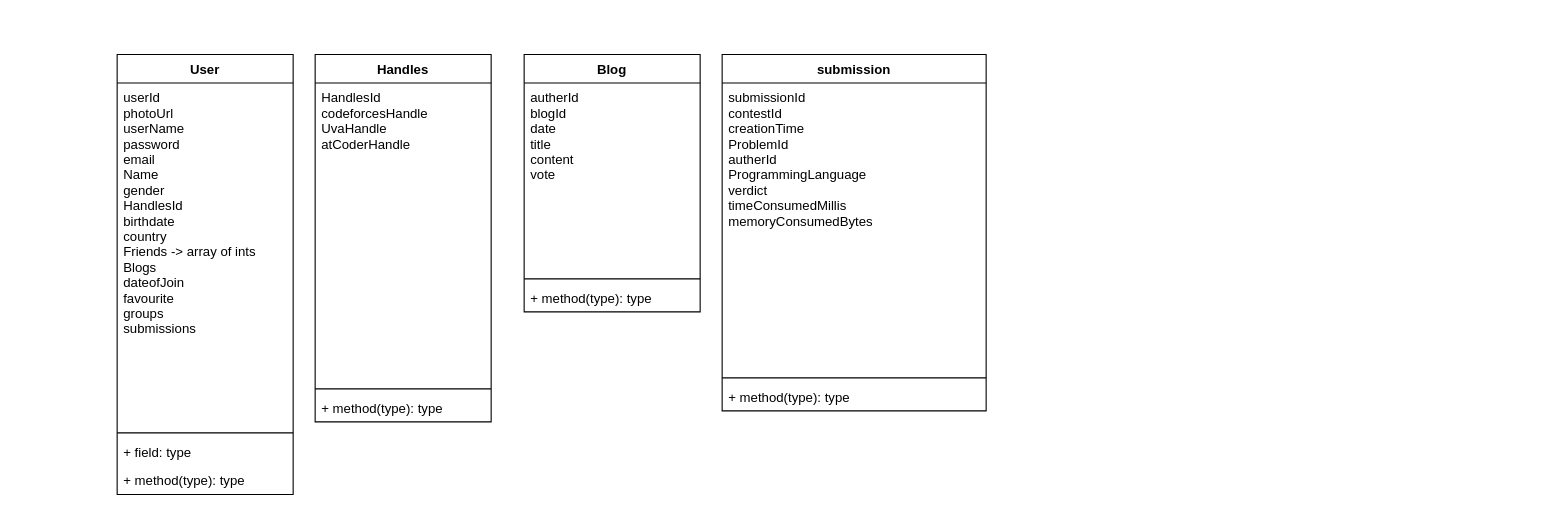
MahmoudElmarzouky/AC-Judge keeps this draw.io diagram as UML.drawio. Above is the earlier version. Source tidied: cells renumbered, new cells numbered last; positions are measured from the earlier drawing's top-left corner, leaving out a move shared by most shapes. Both pictures are drawn from the tidied source at 110%, with x=0, y=0 at pixel (117, 54).
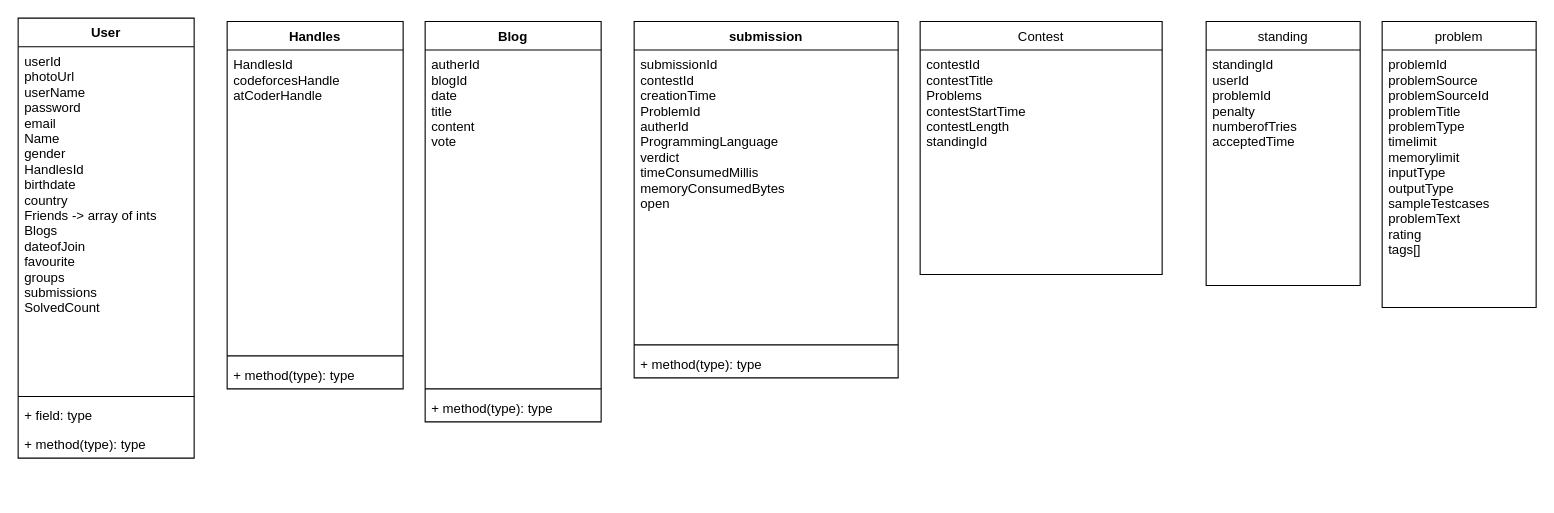
After the change.

The edit, as a diff of the source:
```diff
@@
     <mxCell id="2" value="User" style="swimlane;fontStyle=1;align=center;verticalAlign=top;horizontal=1;startSize=26;" parent="1" vertex="1">
-      <mxGeometry width="160" height="400" as="geometry" />
+      <mxGeometry x="-90" y="-33" width="160" height="400" as="geometry" />
     </mxCell>
-    <mxCell id="3" value="userId&#10;photoUrl&#10;userName&#10;password&#10;email&#10;Name&#10;gender&#10;HandlesId &#10;birthdate&#10;country&#10;Friends -&gt; array of ints&#10;Blogs  &#10;dateofJoin&#10;favourite&#10;groups &#10;submissions" style="text;strokeColor=none;fillColor=none;align=left;verticalAlign=top;spacingLeft=4;spacingRight=4;overflow=hidden;" parent="2" vertex="1">
+    <mxCell id="3" value="userId&#10;photoUrl&#10;userName&#10;password&#10;email&#10;Name&#10;gender&#10;HandlesId &#10;birthdate&#10;country&#10;Friends -&gt; array of ints&#10;Blogs  &#10;dateofJoin&#10;favourite&#10;groups &#10;submissions&#10;SolvedCount" style="text;strokeColor=none;fillColor=none;align=left;verticalAlign=top;spacingLeft=4;spacingRight=4;overflow=hidden;" parent="2" vertex="1">
       <mxGeometry y="26" width="160" height="314" as="geometry" />
     </mxCell>
@@
     <mxCell id="7" value="Blog" style="swimlane;fontStyle=1;align=center;verticalAlign=top;horizontal=1;startSize=26;" parent="1" vertex="1">
-      <mxGeometry x="370" width="160" height="234" as="geometry" />
+      <mxGeometry x="280" y="-30" width="160" height="364" as="geometry" />
     </mxCell>
     <mxCell id="8" value="autherId&#10;blogId&#10;date&#10;title&#10;content&#10;vote " style="text;strokeColor=none;fillColor=none;align=left;verticalAlign=top;spacingLeft=4;spacingRight=4;overflow=hidden;" parent="7" vertex="1">
-      <mxGeometry y="26" width="160" height="174" as="geometry" />
+      <mxGeometry y="26" width="160" height="304" as="geometry" />
     </mxCell>
     <mxCell id="9" style="line;strokeWidth=1;fillColor=none;align=left;verticalAlign=middle;spacingTop=-1;spacingLeft=3;spacingRight=3;labelPosition=right;" parent="7" vertex="1">
-      <mxGeometry y="200" width="160" height="8" as="geometry" />
+      <mxGeometry y="330" width="160" height="8" as="geometry" />
     </mxCell>
     <mxCell id="10" value="+ method(type): type" style="text;strokeColor=none;fillColor=none;align=left;verticalAlign=top;spacingLeft=4;spacingRight=4;overflow=hidden;" parent="7" vertex="1">
-      <mxGeometry y="208" width="160" height="26" as="geometry" />
+      <mxGeometry y="338" width="160" height="26" as="geometry" />
     </mxCell>
     <mxCell id="11" value="submission" style="swimlane;fontStyle=1;align=center;verticalAlign=top;horizontal=1;startSize=26;" parent="1" vertex="1">
-      <mxGeometry x="550" width="240" height="324" as="geometry" />
+      <mxGeometry x="470" y="-30" width="240" height="324" as="geometry" />
     </mxCell>
-    <mxCell id="12" value="submissionId &#10;contestId&#10;creationTime&#10;ProblemId&#10;autherId&#10;ProgrammingLanguage&#10;verdict&#10;timeConsumedMillis&#10;memoryConsumedBytes&#10;" style="text;strokeColor=none;fillColor=none;align=left;verticalAlign=top;spacingLeft=4;spacingRight=4;overflow=hidden;" parent="11" vertex="1">
+    <mxCell id="12" value="submissionId &#10;contestId&#10;creationTime&#10;ProblemId&#10;autherId&#10;ProgrammingLanguage&#10;verdict&#10;timeConsumedMillis&#10;memoryConsumedBytes&#10;open" style="text;strokeColor=none;fillColor=none;align=left;verticalAlign=top;spacingLeft=4;spacingRight=4;overflow=hidden;" parent="11" vertex="1">
       <mxGeometry y="26" width="240" height="264" as="geometry" />
     </mxCell>
@@
     <mxCell id="15" value="Handles" style="swimlane;fontStyle=1;align=center;verticalAlign=top;horizontal=1;startSize=26;" parent="1" vertex="1">
-      <mxGeometry x="180" width="160" height="334" as="geometry" />
+      <mxGeometry x="100" y="-30" width="160" height="334" as="geometry" />
     </mxCell>
-    <mxCell id="16" value="HandlesId&#10;codeforcesHandle&#10;UvaHandle&#10;atCoderHandle" style="text;strokeColor=none;fillColor=none;align=left;verticalAlign=top;spacingLeft=4;spacingRight=4;overflow=hidden;" parent="15" vertex="1">
+    <mxCell id="16" value="HandlesId&#10;codeforcesHandle&#10;atCoderHandle&#10;&#10;" style="text;strokeColor=none;fillColor=none;align=left;verticalAlign=top;spacingLeft=4;spacingRight=4;overflow=hidden;" parent="15" vertex="1">
       <mxGeometry y="26" width="160" height="274" as="geometry" />
     </mxCell>
@@
+    <mxCell id="19" value="Contest" style="swimlane;fontStyle=0;horizontal=1;startSize=26;fillColor=none;" parent="1" vertex="1">
+      <mxGeometry x="730" y="-30" width="220" height="230" as="geometry" />
+    </mxCell>
+    <mxCell id="20" value="contestId&#10;contestTitle&#10;Problems&#10;contestStartTime&#10;contestLength&#10;standingId&#10;" style="text;strokeColor=none;fillColor=none;align=left;verticalAlign=top;spacingLeft=4;spacingRight=4;overflow=hidden;" parent="19" vertex="1">
+      <mxGeometry y="26" width="220" height="204" as="geometry" />
+    </mxCell>
+    <mxCell id="21" value="standing" style="swimlane;fontStyle=0;horizontal=1;startSize=26;fillColor=none;" parent="1" vertex="1">
+      <mxGeometry x="990" y="-30" width="140" height="240" as="geometry" />
+    </mxCell>
+    <mxCell id="22" value="standingId&#10;userId&#10;problemId&#10;penalty&#10;numberofTries&#10;acceptedTime&#10;" style="text;strokeColor=none;fillColor=none;align=left;verticalAlign=top;spacingLeft=4;spacingRight=4;overflow=hidden;" parent="21" vertex="1">
+      <mxGeometry y="26" width="140" height="214" as="geometry" />
+    </mxCell>
+    <mxCell id="23" value="problem" style="swimlane;fontStyle=0;horizontal=1;startSize=26;fillColor=none;" parent="1" vertex="1">
+      <mxGeometry x="1150" y="-30" width="140" height="260" as="geometry" />
+    </mxCell>
+    <mxCell id="24" value="problemId&#10;problemSource&#10;problemSourceId&#10;problemTitle&#10;problemType&#10;timelimit&#10;memorylimit&#10;inputType&#10;outputType&#10;sampleTestcases&#10;problemText&#10;rating&#10;tags[]" style="text;strokeColor=none;fillColor=none;align=left;verticalAlign=top;spacingLeft=4;spacingRight=4;overflow=hidden;" parent="23" vertex="1">
+      <mxGeometry y="26" width="140" height="234" as="geometry" />
+    </mxCell>
```
